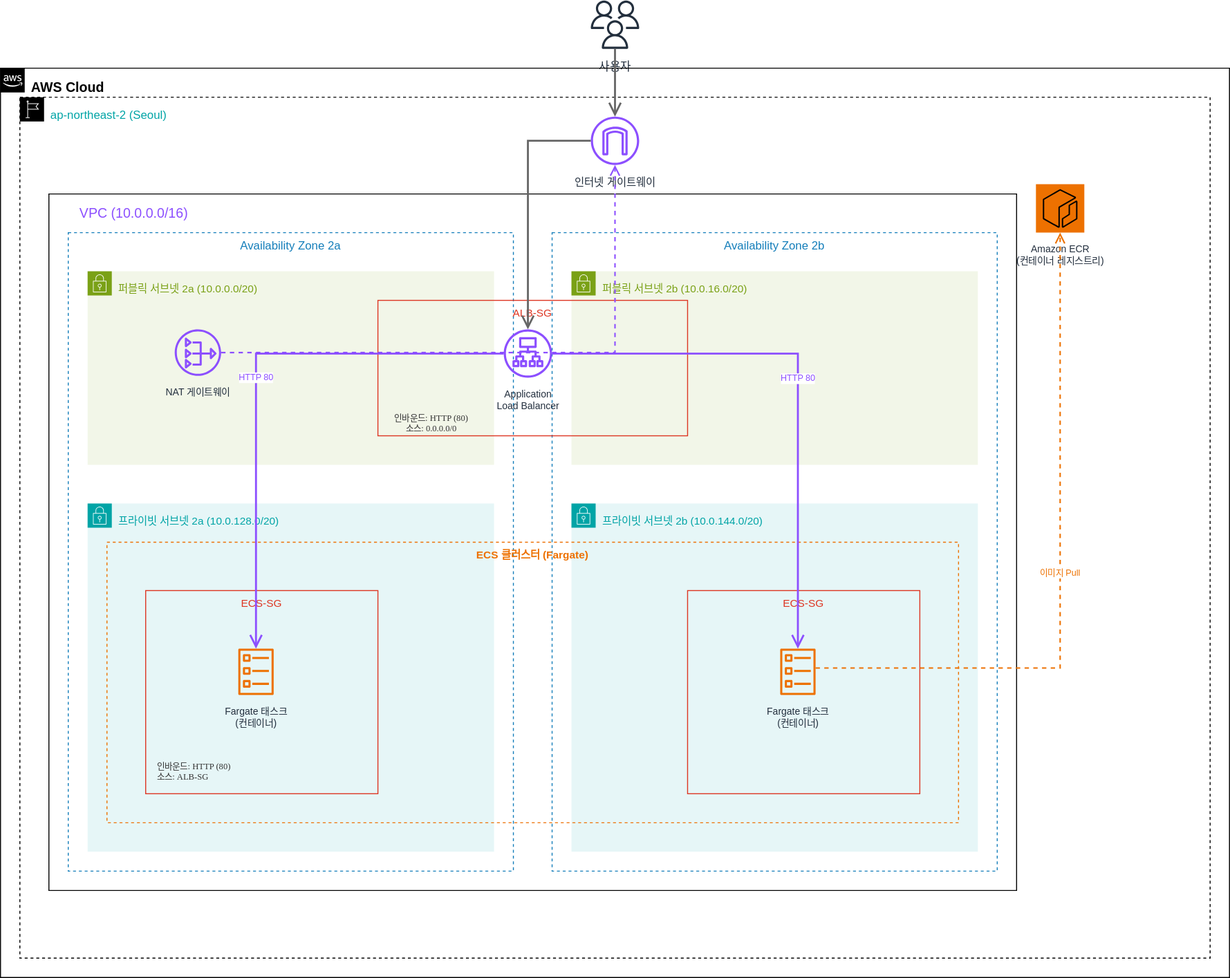
This is public/images/week10/10-2-architecture-diagram.svg from yh00615/cloud_architecture, a draw.io export, as it was before one commit. Source tidied: cells renumbered, new cells last; positions are measured from the earlier drawing's top-left corner, leaving out a move shared by most shapes.
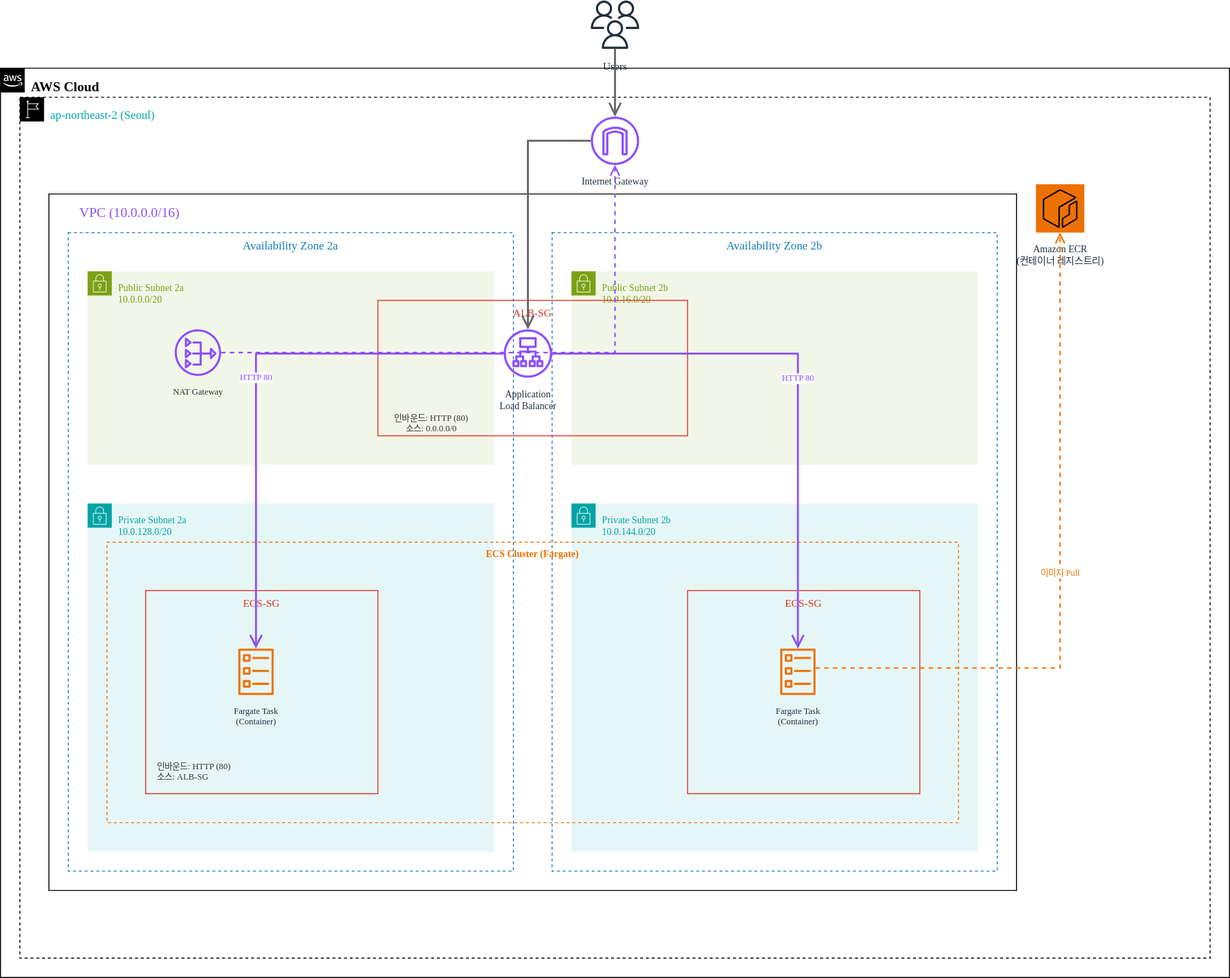
Later version of the same file.

What changed in the source:
```diff
@@ -2,70 +2,70 @@
   <root>
     <mxCell id="0" />
     <mxCell id="1" parent="0" />
-    <mxCell id="2" value="사용자" style="sketch=0;outlineConnect=0;fontColor=#232F3E;gradientColor=none;fillColor=#232F3D;strokeColor=none;dashed=0;verticalLabelPosition=bottom;spacingTop=5;verticalAlign=top;align=center;html=1;fontSize=12;fontStyle=0;shape=mxgraph.aws4.users;" parent="1" vertex="1">
+    <mxCell id="2" value="Users" style="sketch=0;outlineConnect=0;fontColor=#232F3E;gradientColor=none;fillColor=#232F3D;strokeColor=none;dashed=0;verticalLabelPosition=bottom;spacingTop=5;verticalAlign=top;align=center;html=1;fontSize=11;fontStyle=0;shape=mxgraph.aws4.users;fontFamily=Verdana;" parent="1" vertex="1">
       <mxGeometry x="610" width="50" height="50" as="geometry" />
     </mxCell>
-    <mxCell id="3" value="AWS Cloud" style="gradientColor=none;html=1;whiteSpace=wrap;fontSize=14;fontStyle=1;shape=mxgraph.aws4.group;grIcon=mxgraph.aws4.group_aws_cloud_alt;stroke=#232F3E;fillColor=none;verticalAlign=top;align=left;spacingLeft=30;spacingTop=5;dashed=0;" parent="1" vertex="1">
+    <mxCell id="3" value="AWS Cloud" style="gradientColor=none;html=1;whiteSpace=wrap;fontSize=14;fontStyle=1;shape=mxgraph.aws4.group;grIcon=mxgraph.aws4.group_aws_cloud_alt;stroke=#232F3E;fillColor=none;verticalAlign=top;align=left;spacingLeft=30;spacingTop=5;dashed=0;fontFamily=Verdana;" parent="1" vertex="1">
       <mxGeometry y="70" width="1270" height="940" as="geometry" />
     </mxCell>
-    <mxCell id="4" value="ap-northeast-2 (Seoul)" style="gradientColor=none;html=1;whiteSpace=wrap;fontSize=12;fontStyle=0;shape=mxgraph.aws4.group;grIcon=mxgraph.aws4.group_region;stroke=#00A4A6;fillColor=none;verticalAlign=top;align=left;spacingLeft=30;spacingTop=5;fontColor=#00A4A6;dashed=1;" parent="1" vertex="1">
+    <mxCell id="4" value="ap-northeast-2 (Seoul)" style="gradientColor=none;html=1;whiteSpace=wrap;fontSize=12;fontStyle=0;shape=mxgraph.aws4.group;grIcon=mxgraph.aws4.group_region;stroke=#00A4A6;fillColor=none;verticalAlign=top;align=left;spacingLeft=30;spacingTop=5;fontColor=#00A4A6;dashed=1;fontFamily=Verdana;" parent="1" vertex="1">
       <mxGeometry x="20" y="100" width="1230" height="890" as="geometry" />
     </mxCell>
-    <mxCell id="5" value="인터넷 게이트웨이" style="sketch=0;outlineConnect=0;fontColor=#232F3E;gradientColor=none;fillColor=#8C4FFF;strokeColor=none;dashed=0;verticalLabelPosition=bottom;spacingTop=5;verticalAlign=top;align=center;html=1;fontSize=11;fontStyle=0;shape=mxgraph.aws4.internet_gateway;" parent="1" vertex="1">
+    <mxCell id="5" value="Internet Gateway" style="sketch=0;outlineConnect=0;fontColor=#232F3E;gradientColor=none;fillColor=#8C4FFF;strokeColor=none;dashed=0;verticalLabelPosition=bottom;spacingTop=5;verticalAlign=top;align=center;html=1;fontSize=10;fontStyle=0;shape=mxgraph.aws4.internet_gateway;fontFamily=Verdana;" parent="1" vertex="1">
       <mxGeometry x="610" y="120" width="50" height="50" as="geometry" />
     </mxCell>
-    <mxCell id="6" value="Amazon ECR&lt;br&gt;(컨테이너 레지스트리)" style="sketch=0;outlineConnect=0;fontColor=#232F3E;gradientColor=none;fillColor=#ED7100;strokeColor=none;dashed=0;verticalLabelPosition=bottom;spacingTop=5;verticalAlign=top;align=center;html=1;fontSize=10;fontStyle=0;shape=mxgraph.aws4.resourceIcon;resIcon=mxgraph.aws4.ecr;" parent="1" vertex="1">
+    <mxCell id="6" value="Amazon ECR&lt;br&gt;(컨테이너 레지스트리)" style="sketch=0;outlineConnect=0;fontColor=#232F3E;gradientColor=none;fillColor=#ED7100;strokeColor=none;dashed=0;verticalLabelPosition=bottom;spacingTop=5;verticalAlign=top;align=center;html=1;fontSize=10;fontStyle=0;shape=mxgraph.aws4.resourceIcon;resIcon=mxgraph.aws4.ecr;fontFamily=Verdana;" parent="1" vertex="1">
       <mxGeometry x="1070" y="190" width="50" height="50" as="geometry" />
     </mxCell>
-    <mxCell id="7" value="VPC (10.0.0.0/16)" style="gradientColor=none;html=1;whiteSpace=wrap;fontSize=14;fontStyle=0;shape=mxgraph.aws4.group;grIcon=mxgraph.aws4.group_vpc2;stroke=#8C4FFF;fillColor=none;verticalAlign=top;align=left;spacingLeft=30;spacingTop=5;fontColor=#8C4FFF;dashed=0;" parent="1" vertex="1">
+    <mxCell id="7" value="VPC (10.0.0.0/16)" style="gradientColor=none;html=1;whiteSpace=wrap;fontSize=14;fontStyle=0;shape=mxgraph.aws4.group;grIcon=mxgraph.aws4.group_vpc2;stroke=#8C4FFF;fillColor=none;verticalAlign=top;align=left;spacingLeft=30;spacingTop=5;fontColor=#8C4FFF;dashed=0;fontFamily=Verdana;" parent="1" vertex="1">
       <mxGeometry x="50" y="200" width="1000" height="720" as="geometry" />
     </mxCell>
-    <mxCell id="8" value="Availability Zone 2a" style="fillColor=none;strokeColor=#147EBA;dashed=1;verticalAlign=top;fontStyle=0;fontColor=#147EBA;whiteSpace=wrap;html=1;fontSize=12;" parent="7" vertex="1">
+    <mxCell id="8" value="Availability Zone 2a" style="fillColor=none;strokeColor=#147EBA;dashed=1;verticalAlign=top;fontStyle=0;fontColor=#147EBA;whiteSpace=wrap;html=1;fontSize=12;fontFamily=Verdana;" parent="7" vertex="1">
       <mxGeometry x="20" y="40" width="460" height="660" as="geometry" />
     </mxCell>
-    <mxCell id="9" value="Availability Zone 2b" style="fillColor=none;strokeColor=#147EBA;dashed=1;verticalAlign=top;fontStyle=0;fontColor=#147EBA;whiteSpace=wrap;html=1;fontSize=12;" parent="7" vertex="1">
+    <mxCell id="9" value="Availability Zone 2b" style="fillColor=none;strokeColor=#147EBA;dashed=1;verticalAlign=top;fontStyle=0;fontColor=#147EBA;whiteSpace=wrap;html=1;fontSize=12;fontFamily=Verdana;" parent="7" vertex="1">
       <mxGeometry x="520" y="40" width="460" height="660" as="geometry" />
     </mxCell>
-    <mxCell id="10" value="퍼블릭 서브넷 2a (10.0.0.0/20)" style="gradientColor=none;html=1;whiteSpace=wrap;fontSize=11;fontStyle=0;shape=mxgraph.aws4.group;grIcon=mxgraph.aws4.group_security_group;grStroke=0;strokeColor=#7AA116;fillColor=#F2F6E8;verticalAlign=top;align=left;spacingLeft=30;spacingTop=5;fontColor=#7AA116;dashed=0;" parent="7" vertex="1">
+    <mxCell id="10" value="Public Subnet 2a&#10;10.0.0.0/20" style="gradientColor=none;html=1;whiteSpace=wrap;fontSize=10;fontStyle=0;shape=mxgraph.aws4.group;grIcon=mxgraph.aws4.group_security_group;grStroke=0;strokeColor=#7AA116;fillColor=#F2F6E8;verticalAlign=top;align=left;spacingLeft=30;spacingTop=5;fontColor=#7AA116;dashed=0;fontFamily=Verdana;" parent="7" vertex="1">
       <mxGeometry x="40" y="80" width="420" height="200" as="geometry" />
     </mxCell>
-    <mxCell id="11" value="퍼블릭 서브넷 2b (10.0.16.0/20)" style="gradientColor=none;html=1;whiteSpace=wrap;fontSize=11;fontStyle=0;shape=mxgraph.aws4.group;grIcon=mxgraph.aws4.group_security_group;grStroke=0;strokeColor=#7AA116;fillColor=#F2F6E8;verticalAlign=top;align=left;spacingLeft=30;spacingTop=5;fontColor=#7AA116;dashed=0;" parent="7" vertex="1">
+    <mxCell id="11" value="Public Subnet 2b&#10;10.0.16.0/20" style="gradientColor=none;html=1;whiteSpace=wrap;fontSize=10;fontStyle=0;shape=mxgraph.aws4.group;grIcon=mxgraph.aws4.group_security_group;grStroke=0;strokeColor=#7AA116;fillColor=#F2F6E8;verticalAlign=top;align=left;spacingLeft=30;spacingTop=5;fontColor=#7AA116;dashed=0;fontFamily=Verdana;" parent="7" vertex="1">
       <mxGeometry x="540" y="80" width="420" height="200" as="geometry" />
     </mxCell>
-    <mxCell id="12" value="프라이빗 서브넷 2a (10.0.128.0/20)" style="gradientColor=none;html=1;whiteSpace=wrap;fontSize=11;fontStyle=0;shape=mxgraph.aws4.group;grIcon=mxgraph.aws4.group_security_group;grStroke=0;strokeColor=#00A4A6;fillColor=#E6F6F7;verticalAlign=top;align=left;spacingLeft=30;spacingTop=5;fontColor=#00A4A6;dashed=0;" parent="7" vertex="1">
+    <mxCell id="12" value="Private Subnet 2a&#10;10.0.128.0/20" style="gradientColor=none;html=1;whiteSpace=wrap;fontSize=10;fontStyle=0;shape=mxgraph.aws4.group;grIcon=mxgraph.aws4.group_security_group;grStroke=0;strokeColor=#00A4A6;fillColor=#E6F6F7;verticalAlign=top;align=left;spacingLeft=30;spacingTop=5;fontColor=#00A4A6;dashed=0;fontFamily=Verdana;" parent="7" vertex="1">
       <mxGeometry x="40" y="320" width="420" height="360" as="geometry" />
     </mxCell>
-    <mxCell id="13" value="프라이빗 서브넷 2b (10.0.144.0/20)" style="gradientColor=none;html=1;whiteSpace=wrap;fontSize=11;fontStyle=0;shape=mxgraph.aws4.group;grIcon=mxgraph.aws4.group_security_group;grStroke=0;strokeColor=#00A4A6;fillColor=#E6F6F7;verticalAlign=top;align=left;spacingLeft=30;spacingTop=5;fontColor=#00A4A6;dashed=0;" parent="7" vertex="1">
+    <mxCell id="13" value="Private Subnet 2b&#10;10.0.144.0/20" style="gradientColor=none;html=1;whiteSpace=wrap;fontSize=10;fontStyle=0;shape=mxgraph.aws4.group;grIcon=mxgraph.aws4.group_security_group;grStroke=0;strokeColor=#00A4A6;fillColor=#E6F6F7;verticalAlign=top;align=left;spacingLeft=30;spacingTop=5;fontColor=#00A4A6;dashed=0;fontFamily=Verdana;" parent="7" vertex="1">
       <mxGeometry x="540" y="320" width="420" height="360" as="geometry" />
     </mxCell>
-    <mxCell id="14" value="ALB-SG" style="fillColor=none;strokeColor=#DD3522;verticalAlign=top;fontStyle=0;fontColor=#DD3522;fontSize=11;whiteSpace=wrap;html=1;" parent="7" vertex="1">
+    <mxCell id="14" value="ALB-SG" style="fillColor=none;strokeColor=#DD3522;verticalAlign=top;fontStyle=0;fontColor=#DD3522;fontSize=11;whiteSpace=wrap;html=1;fontFamily=Verdana;" parent="7" vertex="1">
       <mxGeometry x="340" y="110" width="320" height="140" as="geometry" />
     </mxCell>
-    <mxCell id="15" value="Application&lt;br&gt;Load Balancer" style="sketch=0;outlineConnect=0;fontColor=#232F3E;gradientColor=none;fillColor=#8C4FFF;strokeColor=none;dashed=0;verticalLabelPosition=bottom;spacingTop=5;verticalAlign=top;align=center;html=1;fontSize=10;fontStyle=0;shape=mxgraph.aws4.application_load_balancer;" parent="7" vertex="1">
+    <mxCell id="15" value="Application&lt;br&gt;Load Balancer" style="sketch=0;outlineConnect=0;fontColor=#232F3E;gradientColor=none;fillColor=#8C4FFF;strokeColor=none;dashed=0;verticalLabelPosition=bottom;spacingTop=5;verticalAlign=top;align=center;html=1;fontSize=10;fontStyle=0;shape=mxgraph.aws4.application_load_balancer;fontFamily=Verdana;" parent="7" vertex="1">
       <mxGeometry x="470" y="140" width="50" height="50" as="geometry" />
     </mxCell>
     <mxCell id="16" value="인바운드: HTTP (80)&lt;br&gt;소스: 0.0.0.0/0" style="text;html=1;align=center;verticalAlign=top;strokeColor=none;fillColor=none;fontColor=#333333;fontSize=9;fontFamily=Verdana;" parent="7" vertex="1">
       <mxGeometry x="340" y="220" width="110" height="40" as="geometry" />
     </mxCell>
-    <mxCell id="17" value="NAT 게이트웨이" style="sketch=0;outlineConnect=0;fontColor=#232F3E;gradientColor=none;fillColor=#8C4FFF;strokeColor=none;dashed=0;verticalLabelPosition=bottom;spacingTop=5;verticalAlign=top;align=center;html=1;fontSize=10;fontStyle=0;shape=mxgraph.aws4.nat_gateway;" parent="7" vertex="1">
+    <mxCell id="17" value="NAT Gateway" style="sketch=0;outlineConnect=0;fontColor=#232F3E;gradientColor=none;fillColor=#8C4FFF;strokeColor=none;dashed=0;verticalLabelPosition=bottom;spacingTop=5;verticalAlign=top;align=center;html=1;fontSize=9;fontStyle=0;shape=mxgraph.aws4.nat_gateway;fontFamily=Verdana;" parent="7" vertex="1">
       <mxGeometry x="130" y="140" width="48" height="48" as="geometry" />
     </mxCell>
-    <mxCell id="18" value="ECS 클러스터 (Fargate)" style="fillColor=none;strokeColor=#ED7100;dashed=1;verticalAlign=top;fontStyle=1;fontColor=#ED7100;whiteSpace=wrap;html=1;fontSize=11;align=center;" parent="7" vertex="1">
+    <mxCell id="18" value="ECS Cluster (Fargate)" style="fillColor=none;strokeColor=#ED7100;dashed=1;verticalAlign=top;fontStyle=1;fontColor=#ED7100;whiteSpace=wrap;html=1;fontSize=10;align=center;fontFamily=Verdana;" parent="7" vertex="1">
       <mxGeometry x="60" y="360" width="880" height="290" as="geometry" />
     </mxCell>
-    <mxCell id="19" value="ECS-SG" style="fillColor=none;strokeColor=#DD3522;verticalAlign=top;fontStyle=0;fontColor=#DD3522;fontSize=11;whiteSpace=wrap;html=1;" parent="7" vertex="1">
+    <mxCell id="19" value="ECS-SG" style="fillColor=none;strokeColor=#DD3522;verticalAlign=top;fontStyle=0;fontColor=#DD3522;fontSize=11;whiteSpace=wrap;html=1;fontFamily=Verdana;" parent="7" vertex="1">
       <mxGeometry x="100" y="410" width="240" height="210" as="geometry" />
     </mxCell>
-    <mxCell id="20" value="Fargate 태스크&lt;br&gt;(컨테이너)" style="sketch=0;outlineConnect=0;fontColor=#232F3E;gradientColor=none;fillColor=#ED7100;strokeColor=none;dashed=0;verticalLabelPosition=bottom;spacingTop=5;verticalAlign=top;align=center;html=1;fontSize=10;fontStyle=0;shape=mxgraph.aws4.ecs_task;" parent="7" vertex="1">
+    <mxCell id="20" value="Fargate Task&#10;(Container)" style="sketch=0;outlineConnect=0;fontColor=#232F3E;gradientColor=none;fillColor=#ED7100;strokeColor=none;dashed=0;verticalLabelPosition=bottom;spacingTop=5;verticalAlign=top;align=center;html=1;fontSize=9;fontStyle=0;shape=mxgraph.aws4.ecs_task;fontFamily=Verdana;" parent="7" vertex="1">
       <mxGeometry x="190" y="470" width="48" height="48" as="geometry" />
     </mxCell>
     <mxCell id="21" value="인바운드: HTTP (80)&lt;br&gt;소스: ALB-SG" style="text;html=1;align=left;verticalAlign=top;strokeColor=none;fillColor=none;fontColor=#333333;fontSize=9;fontFamily=Verdana;" parent="7" vertex="1">
       <mxGeometry x="110" y="580" width="110" height="40" as="geometry" />
     </mxCell>
-    <mxCell id="22" value="ECS-SG" style="fillColor=none;strokeColor=#DD3522;verticalAlign=top;fontStyle=0;fontColor=#DD3522;fontSize=11;whiteSpace=wrap;html=1;" parent="7" vertex="1">
+    <mxCell id="22" value="ECS-SG" style="fillColor=none;strokeColor=#DD3522;verticalAlign=top;fontStyle=0;fontColor=#DD3522;fontSize=11;whiteSpace=wrap;html=1;fontFamily=Verdana;" parent="7" vertex="1">
       <mxGeometry x="660" y="410" width="240" height="210" as="geometry" />
     </mxCell>
-    <mxCell id="23" value="Fargate 태스크&lt;br&gt;(컨테이너)" style="sketch=0;outlineConnect=0;fontColor=#232F3E;gradientColor=none;fillColor=#ED7100;strokeColor=none;dashed=0;verticalLabelPosition=bottom;spacingTop=5;verticalAlign=top;align=center;html=1;fontSize=10;fontStyle=0;shape=mxgraph.aws4.ecs_task;" parent="7" vertex="1">
+    <mxCell id="23" value="Fargate Task&#10;(Container)" style="sketch=0;outlineConnect=0;fontColor=#232F3E;gradientColor=none;fillColor=#ED7100;strokeColor=none;dashed=0;verticalLabelPosition=bottom;spacingTop=5;verticalAlign=top;align=center;html=1;fontSize=9;fontStyle=0;shape=mxgraph.aws4.ecs_task;fontFamily=Verdana;" parent="7" vertex="1">
       <mxGeometry x="750" y="470" width="48" height="48" as="geometry" />
     </mxCell>
     <mxCell id="24" style="edgeStyle=orthogonalEdgeStyle;html=1;endArrow=open;endFill=0;endSize=10;strokeColor=#666666;strokeWidth=2;rounded=0;" parent="1" edge="1" source="2" target="5">
@@ -74,13 +74,13 @@
     <mxCell id="25" style="edgeStyle=orthogonalEdgeStyle;html=1;endArrow=open;endFill=0;endSize=10;strokeColor=#666666;strokeWidth=2;rounded=0;" parent="1" edge="1" source="5" target="15">
       <mxGeometry relative="1" as="geometry" />
     </mxCell>
-    <mxCell id="26" value="HTTP 80" style="edgeStyle=orthogonalEdgeStyle;html=1;endArrow=open;endFill=0;endSize=10;strokeColor=#8C4FFF;strokeWidth=2;rounded=0;fontSize=9;fontColor=#8C4FFF;labelBackgroundColor=#FFFFFF;" parent="1" edge="1" source="15" target="20">
+    <mxCell id="26" value="HTTP 80" style="edgeStyle=orthogonalEdgeStyle;html=1;endArrow=open;endFill=0;endSize=10;strokeColor=#8C4FFF;strokeWidth=2;rounded=0;fontSize=9;fontColor=#8C4FFF;labelBackgroundColor=#FFFFFF;fontFamily=Verdana;" parent="1" edge="1" source="15" target="20">
       <mxGeometry relative="1" as="geometry" />
     </mxCell>
-    <mxCell id="27" value="HTTP 80" style="edgeStyle=orthogonalEdgeStyle;html=1;endArrow=open;endFill=0;endSize=10;strokeColor=#8C4FFF;strokeWidth=2;rounded=0;fontSize=9;fontColor=#8C4FFF;labelBackgroundColor=#FFFFFF;" parent="1" edge="1" source="15" target="23">
+    <mxCell id="27" value="HTTP 80" style="edgeStyle=orthogonalEdgeStyle;html=1;endArrow=open;endFill=0;endSize=10;strokeColor=#8C4FFF;strokeWidth=2;rounded=0;fontSize=9;fontColor=#8C4FFF;labelBackgroundColor=#FFFFFF;fontFamily=Verdana;" parent="1" edge="1" source="15" target="23">
       <mxGeometry relative="1" as="geometry" />
     </mxCell>
-    <mxCell id="28" value="이미지 Pull" style="edgeStyle=orthogonalEdgeStyle;html=1;endArrow=open;endFill=0;endSize=8;strokeColor=#ED7100;strokeWidth=1.5;dashed=1;rounded=0;fontSize=9;fontColor=#ED7100;labelBackgroundColor=#FFFFFF;" parent="1" edge="1" source="23" target="6">
+    <mxCell id="28" value="이미지 Pull" style="edgeStyle=orthogonalEdgeStyle;html=1;endArrow=open;endFill=0;endSize=8;strokeColor=#ED7100;strokeWidth=1.5;dashed=1;rounded=0;fontSize=9;fontColor=#ED7100;labelBackgroundColor=#FFFFFF;fontFamily=Verdana;" parent="1" edge="1" source="23" target="6">
       <mxGeometry relative="1" as="geometry">
         <Array as="points">
           <mxPoint x="1095" y="690" />
```
